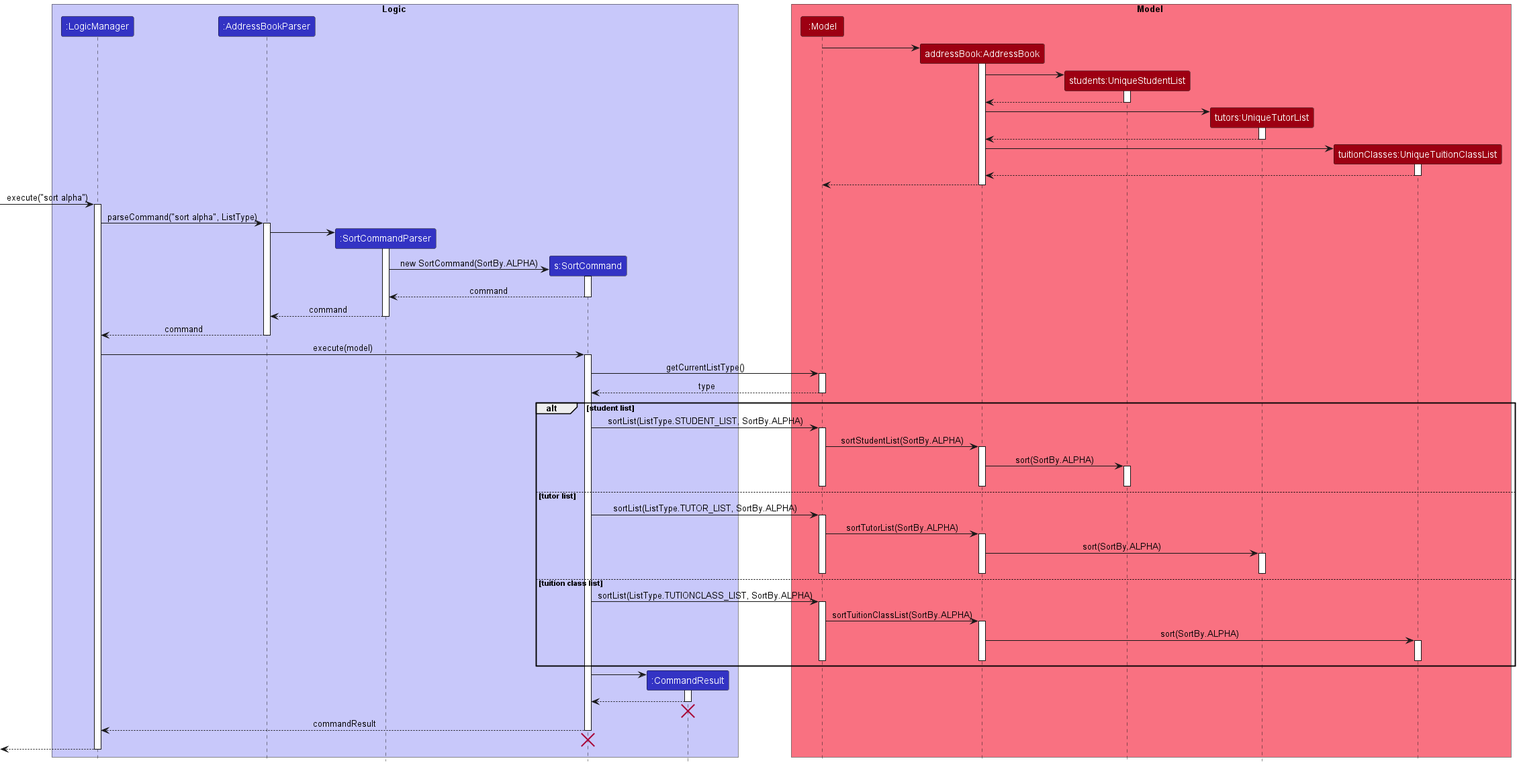
Earlier version of the PlantUML export docs/images/SortSequenceDiagram.png (nus-cs2103-AY2223S1/tp).
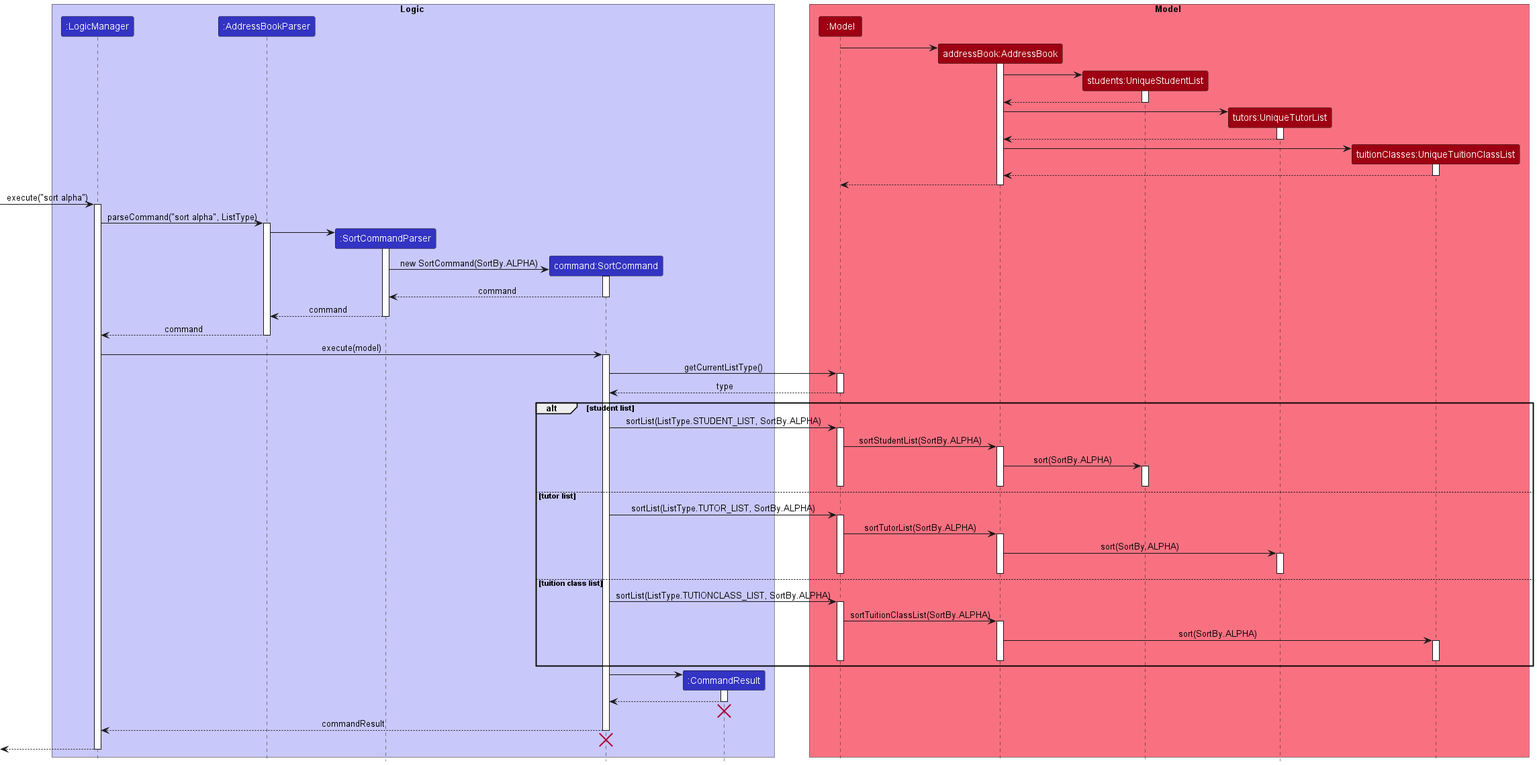
The same file after the commit.

Commit message:
Change naming of sortCommand instance

Change to the diagram source:
```diff
@@ -5,7 +5,7 @@
 participant ":LogicManager" as LogicManager LOGIC_COLOR
 participant ":AddressBookParser" as AddressBookParser LOGIC_COLOR
 participant ":SortCommandParser" as SortCommandParser LOGIC_COLOR
-participant "s:SortCommand" as SortCommand LOGIC_COLOR
+participant "command:SortCommand" as SortCommand LOGIC_COLOR
 participant ":CommandResult" as CommandResult LOGIC_COLOR
 end box
 
```
